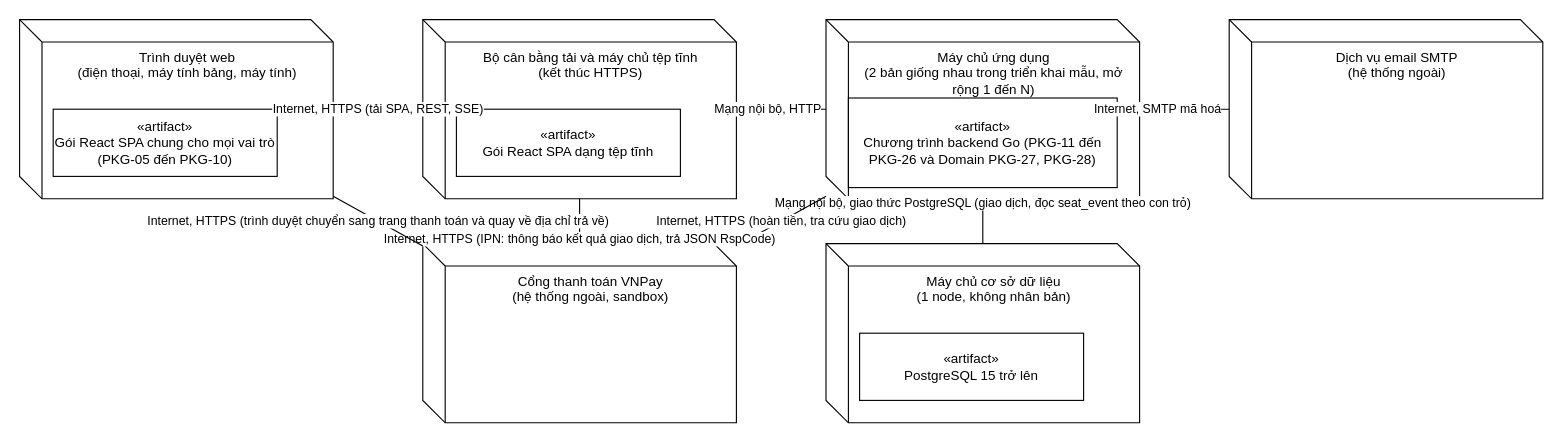
Before: design/diagrams/P09-deployment.drawio in luytbq/app-dat-ve-xem-phim, a draw.io diagram. Source tidied: cells renumbered, new cells numbered last; positions are measured from the earlier drawing's top-left corner, leaving out a move shared by most shapes. Both pictures are drawn from the tidied source at 112%, with x=0, y=0 at pixel (19, 19).
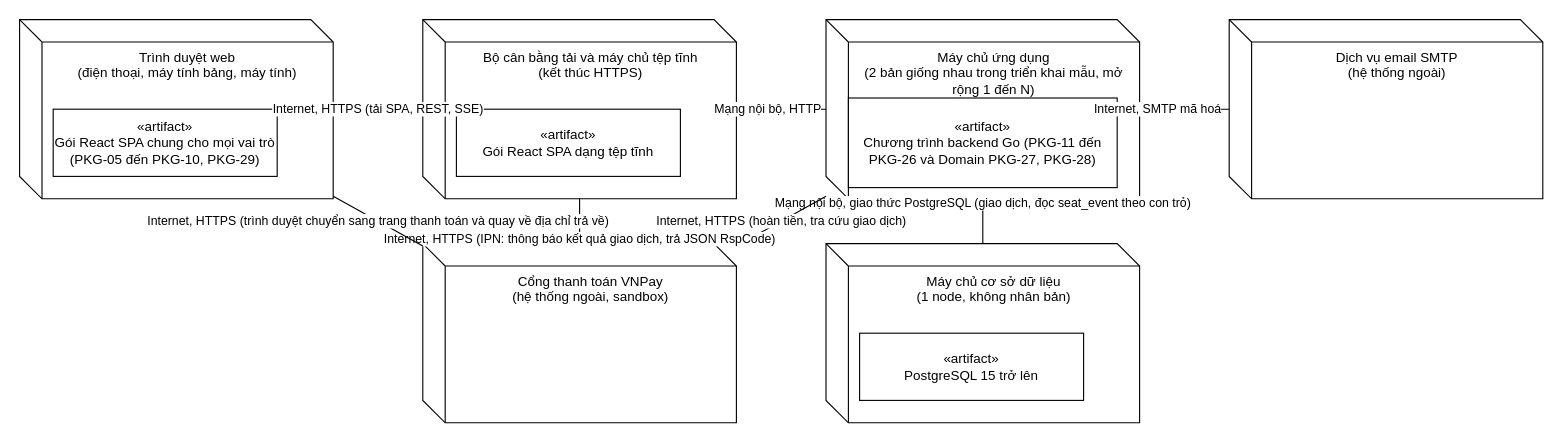
The same diagram, later.

Commit message (it also covers changes not shown here):
docs(architecture): apply P10 feedback to P08 and P09

What changed in the source:
```diff
@@
 <mxGraphModel>
   <root>
     <mxCell id="0" />
     <mxCell id="1" parent="0" />
     <mxCell id="2" value="Trình duyệt web&lt;br&gt;(điện thoại, máy tính bảng, máy tính)" style="shape=cube;whiteSpace=wrap;html=1;boundedLbl=1;verticalAlign=top;" parent="1" vertex="1">
       <mxGeometry width="280" height="160" as="geometry" />
     </mxCell>
-    <mxCell id="3" value="«artifact»&lt;br&gt;Gói React SPA chung cho mọi vai trò (PKG-05 đến PKG-10)" style="rounded=0;whiteSpace=wrap;html=1;" parent="1" vertex="1">
+    <mxCell id="3" value="«artifact»&lt;br&gt;Gói React SPA chung cho mọi vai trò (PKG-05 đến PKG-10, PKG-29)" style="rounded=0;whiteSpace=wrap;html=1;" parent="1" vertex="1">
       <mxGeometry x="30" y="80" width="200" height="60" as="geometry" />
     </mxCell>
     <mxCell id="4" value="Bộ cân bằng tải và máy chủ tệp tĩnh&lt;br&gt;(kết thúc HTTPS)" style="shape=cube;whiteSpace=wrap;html=1;boundedLbl=1;verticalAlign=top;" parent="1" vertex="1">
       <mxGeometry x="360" width="280" height="160" as="geometry" />
     </mxCell>
     <mxCell id="5" value="«artifact»&lt;br&gt;Gói React SPA dạng tệp tĩnh" style="rounded=0;whiteSpace=wrap;html=1;" parent="1" vertex="1">
       <mxGeometry x="390" y="80" width="200" height="60" as="geometry" />
     </mxCell>
     <mxCell id="6" value="Máy chủ ứng dụng&lt;br&gt;(2 bản giống nhau trong triển khai mẫu, mở rộng 1 đến N)" style="shape=cube;whiteSpace=wrap;html=1;boundedLbl=1;verticalAlign=top;" parent="1" vertex="1">
       <mxGeometry x="720" width="280" height="160" as="geometry" />
     </mxCell>
     <mxCell id="7" value="«artifact»&lt;br&gt;Chương trình backend Go (PKG-11 đến PKG-26 và Domain PKG-27, PKG-28)" style="rounded=0;whiteSpace=wrap;html=1;" parent="1" vertex="1">
       <mxGeometry x="740" y="70" width="240" height="80" as="geometry" />
     </mxCell>
     <mxCell id="8" value="Máy chủ cơ sở dữ liệu&lt;br&gt;(1 node, không nhân bản)" style="shape=cube;whiteSpace=wrap;html=1;boundedLbl=1;verticalAlign=top;" parent="1" vertex="1">
       <mxGeometry x="720" y="200" width="280" height="160" as="geometry" />
     </mxCell>
     <mxCell id="9" value="«artifact»&lt;br&gt;PostgreSQL 15 trở lên" style="rounded=0;whiteSpace=wrap;html=1;" parent="1" vertex="1">
       <mxGeometry x="750" y="280" width="200" height="60" as="geometry" />
     </mxCell>
     <mxCell id="10" value="Cổng thanh toán VNPay&lt;br&gt;(hệ thống ngoài, sandbox)" style="shape=cube;whiteSpace=wrap;html=1;boundedLbl=1;verticalAlign=top;" parent="1" vertex="1">
       <mxGeometry x="360" y="200" width="280" height="160" as="geometry" />
     </mxCell>
     <mxCell id="11" value="Dịch vụ email SMTP&lt;br&gt;(hệ thống ngoài)" style="shape=cube;whiteSpace=wrap;html=1;boundedLbl=1;verticalAlign=top;" parent="1" vertex="1">
       <mxGeometry x="1080" width="280" height="160" as="geometry" />
     </mxCell>
     <mxCell id="12" value="Internet, HTTPS (tải SPA, REST, SSE)" style="endArrow=none;html=1;" parent="1" edge="1" source="2" target="4">
       <mxGeometry relative="1" as="geometry" />
     </mxCell>
     <mxCell id="13" value="Mạng nội bộ, HTTP" style="endArrow=none;html=1;" parent="1" edge="1" source="4" target="6">
       <mxGeometry x="-0.3" relative="1" as="geometry" />
     </mxCell>
     <mxCell id="14" value="Mạng nội bộ, giao thức PostgreSQL (giao dịch, đọc seat_event theo con trỏ)" style="endArrow=none;html=1;" parent="1" edge="1" source="6" target="8">
       <mxGeometry x="-0.8" relative="1" as="geometry" />
     </mxCell>
     <mxCell id="15" value="Internet, HTTPS (hoàn tiền, tra cứu giao dịch)" style="endArrow=none;html=1;" parent="1" edge="1" source="6" target="10">
       <mxGeometry relative="1" as="geometry" />
     </mxCell>
     <mxCell id="16" value="Internet, HTTPS (IPN: thông báo kết quả giao dịch, trả JSON RspCode)" style="endArrow=none;html=1;" parent="1" edge="1" source="10" target="4">
       <mxGeometry x="-0.8" relative="1" as="geometry" />
     </mxCell>
     <mxCell id="17" value="Internet, SMTP mã hoá" style="endArrow=none;html=1;" parent="1" edge="1" source="6" target="11">
       <mxGeometry x="-0.6" relative="1" as="geometry" />
     </mxCell>
     <mxCell id="18" value="Internet, HTTPS (trình duyệt chuyển sang trang thanh toán và quay về địa chỉ trả về)" style="endArrow=none;html=1;" parent="1" edge="1" source="2" target="10">
       <mxGeometry relative="1" as="geometry" />
     </mxCell>
   </root>
 </mxGraphModel>
```
